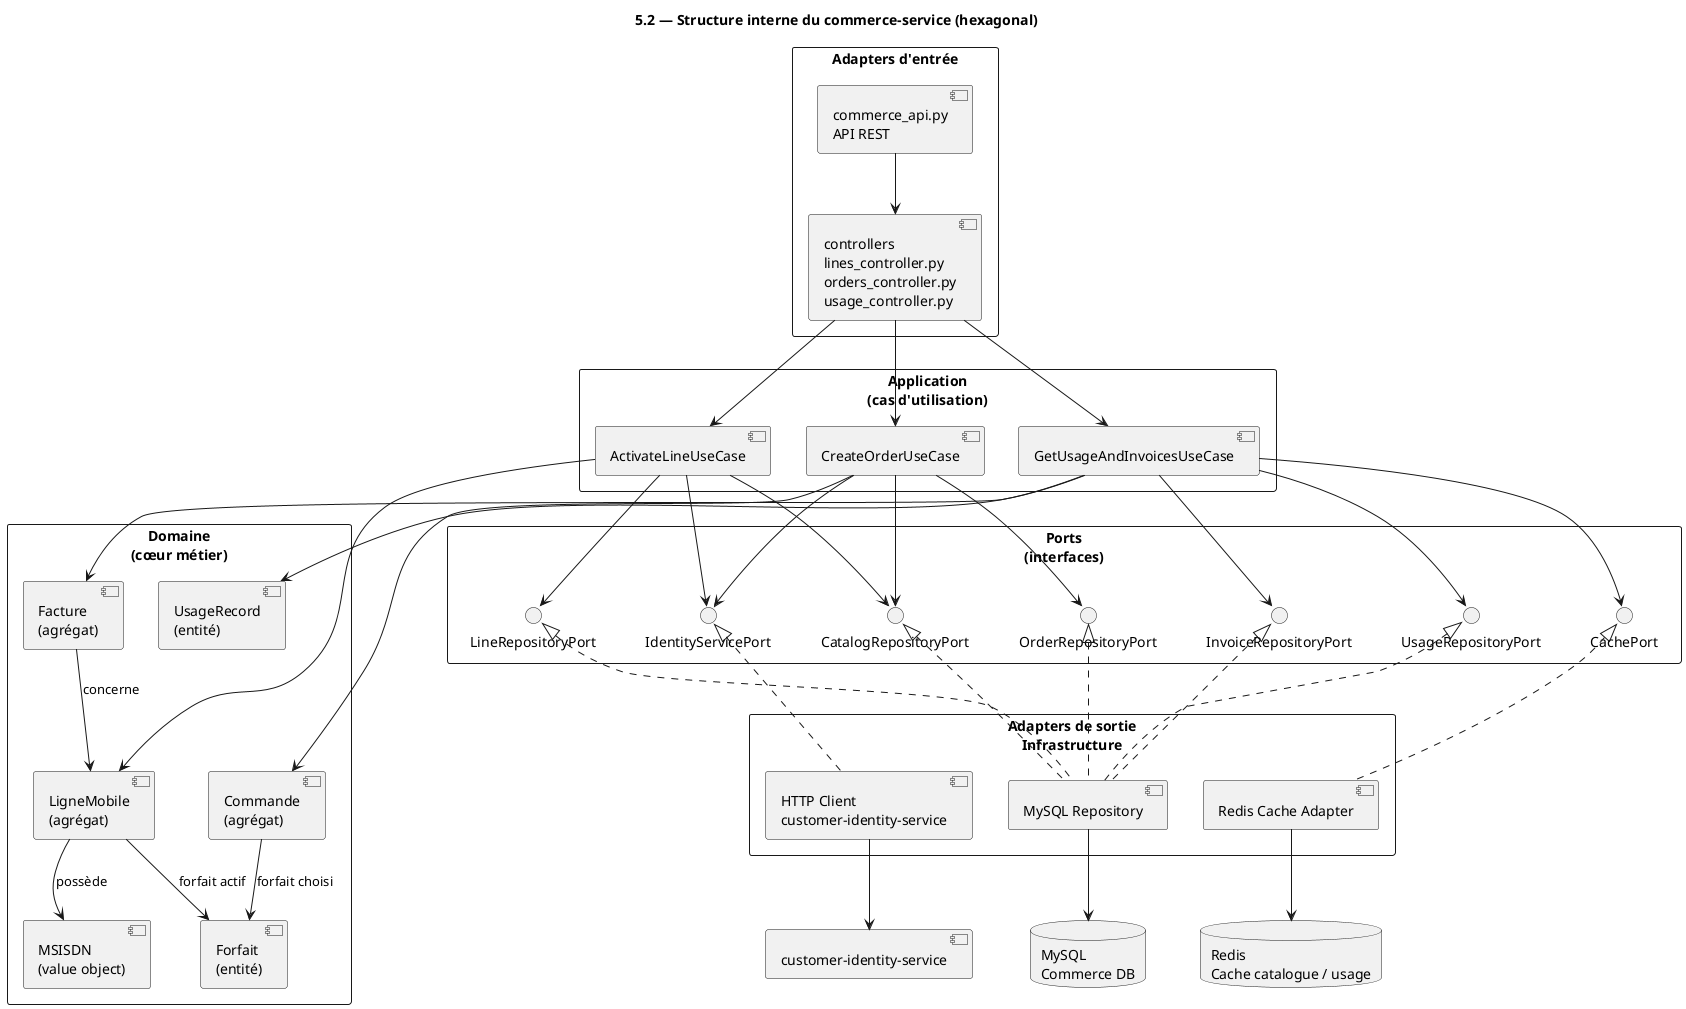
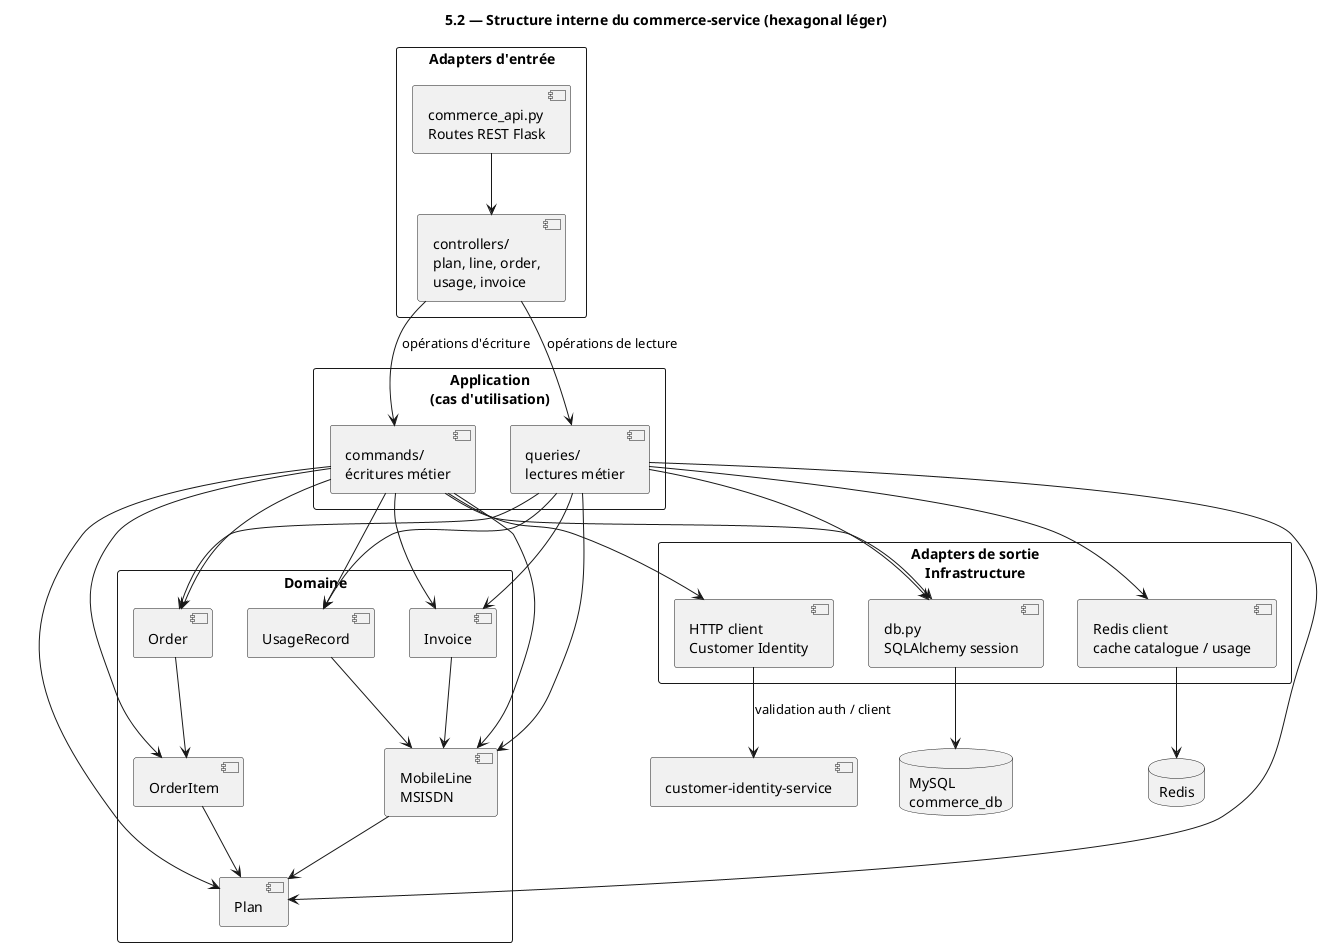
@startuml
- title 5.2 — Structure interne du commerce-service (hexagonal)
+ title 5.2 — Structure interne du commerce-service (hexagonal léger)

skinparam packageStyle rectangle
skinparam componentStyle uml2
skinparam shadowing false

package "Adapters d'entrée" {
-   component "commerce_api.py\nAPI REST" as API
-   component "controllers\nlines_controller.py\norders_controller.py\nusage_controller.py" as Controllers
+   component "commerce_api.py\nRoutes REST Flask" as API
+   component "controllers/\nplan, line, order,\nusage, invoice" as Controllers
}

package "Application\n(cas d'utilisation)" {
-   component "ActivateLineUseCase" as ActivateLine
-   component "CreateOrderUseCase" as CreateOrder
-   component "GetUsageAndInvoicesUseCase" as GetUsageInvoices
+   component "commands/\nécritures métier" as Commands
+   component "queries/\nlectures métier" as Queries
}

- package "Domaine\n(cœur métier)" {
-   component "LigneMobile\n(agrégat)" as Ligne
-   component "Commande\n(agrégat)" as Commande
-   component "Facture\n(agrégat)" as Facture
-   component "Forfait\n(entité)" as Forfait
-   component "MSISDN\n(value object)" as MSISDN
-   component "UsageRecord\n(entité)" as Usage
- }
- 
- package "Ports\n(interfaces)" {
-   interface "LineRepositoryPort" as LineRepoPort
-   interface "OrderRepositoryPort" as OrderRepoPort
-   interface "CatalogRepositoryPort" as CatalogRepoPort
-   interface "UsageRepositoryPort" as UsageRepoPort
-   interface "InvoiceRepositoryPort" as InvoiceRepoPort
-   interface "CachePort" as CachePort
-   interface "IdentityServicePort" as IdentityPort
+ package "Domaine" {
+   component "Plan" as Plan
+   component "MobileLine\nMSISDN" as MobileLine
+   component "Order" as Order
+   component "OrderItem" as OrderItem
+   component "UsageRecord" as Usage
+   component "Invoice" as Invoice
}

package "Adapters de sortie\nInfrastructure" {
-   component "MySQL Repository" as MySQLRepo
-   component "Redis Cache Adapter" as RedisAdapter
-   component "HTTP Client\ncustomer-identity-service" as IdentityAdapter
+   component "db.py\nSQLAlchemy session" as DBAdapter
+   component "Redis client\ncache catalogue / usage" as RedisAdapter
+   component "HTTP client\nCustomer Identity" as IdentityAdapter
}

- database "MySQL\nCommerce DB" as MySQL
- database "Redis\nCache catalogue / usage" as Redis
+ database "MySQL\ncommerce_db" as MySQL
+ database "Redis" as Redis
component "customer-identity-service" as Identity

API --> Controllers

- Controllers --> ActivateLine
- Controllers --> CreateOrder
- Controllers --> GetUsageInvoices
+ Controllers --> Commands : opérations d'écriture
+ Controllers --> Queries : opérations de lecture

- ActivateLine --> Ligne
- CreateOrder --> Commande
- GetUsageInvoices --> Usage
- GetUsageInvoices --> Facture
+ Commands --> Plan
+ Commands --> MobileLine
+ Commands --> Order
+ Commands --> OrderItem
+ Commands --> Usage
+ Commands --> Invoice

- Ligne --> MSISDN : possède
- Ligne --> Forfait : forfait actif
- Commande --> Forfait : forfait choisi
- Facture --> Ligne : concerne
+ Queries --> Plan
+ Queries --> MobileLine
+ Queries --> Order
+ Queries --> Usage
+ Queries --> Invoice

- ActivateLine --> LineRepoPort
- ActivateLine --> IdentityPort
- ActivateLine --> CatalogRepoPort
+ Order --> OrderItem
+ OrderItem --> Plan
+ MobileLine --> Plan
+ Usage --> MobileLine
+ Invoice --> MobileLine

- CreateOrder --> OrderRepoPort
- CreateOrder --> CatalogRepoPort
- CreateOrder --> IdentityPort
+ Commands --> DBAdapter
+ Queries --> DBAdapter
+ Queries --> RedisAdapter
+ Commands --> IdentityAdapter

- GetUsageInvoices --> UsageRepoPort
- GetUsageInvoices --> InvoiceRepoPort
- GetUsageInvoices --> CachePort
- 
- LineRepoPort <|.. MySQLRepo
- OrderRepoPort <|.. MySQLRepo
- CatalogRepoPort <|.. MySQLRepo
- UsageRepoPort <|.. MySQLRepo
- InvoiceRepoPort <|.. MySQLRepo
- 
- CachePort <|.. RedisAdapter
- IdentityPort <|.. IdentityAdapter
- 
- MySQLRepo --> MySQL
+ DBAdapter --> MySQL
RedisAdapter --> Redis
- IdentityAdapter --> Identity
+ IdentityAdapter --> Identity : validation auth / client

@enduml